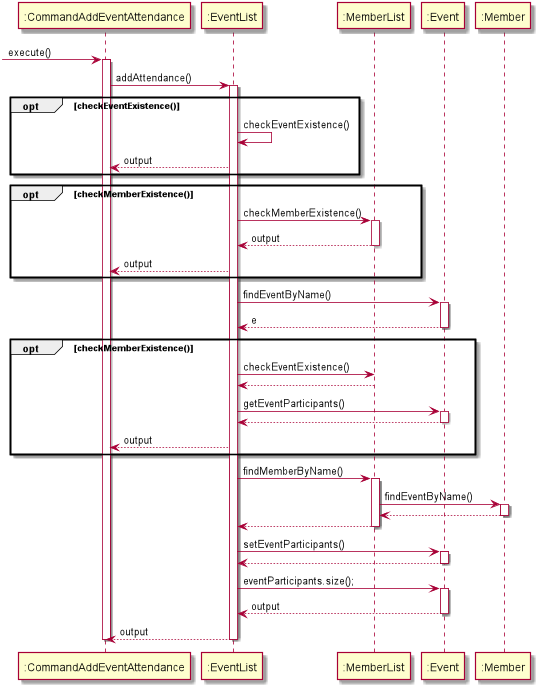
Before: docs/EventDiagram/SequenceDiagram/CommandAddEventAttendance.png, a diagram exported from PlantUML (nus-cs2113-AY2021S1/tp).
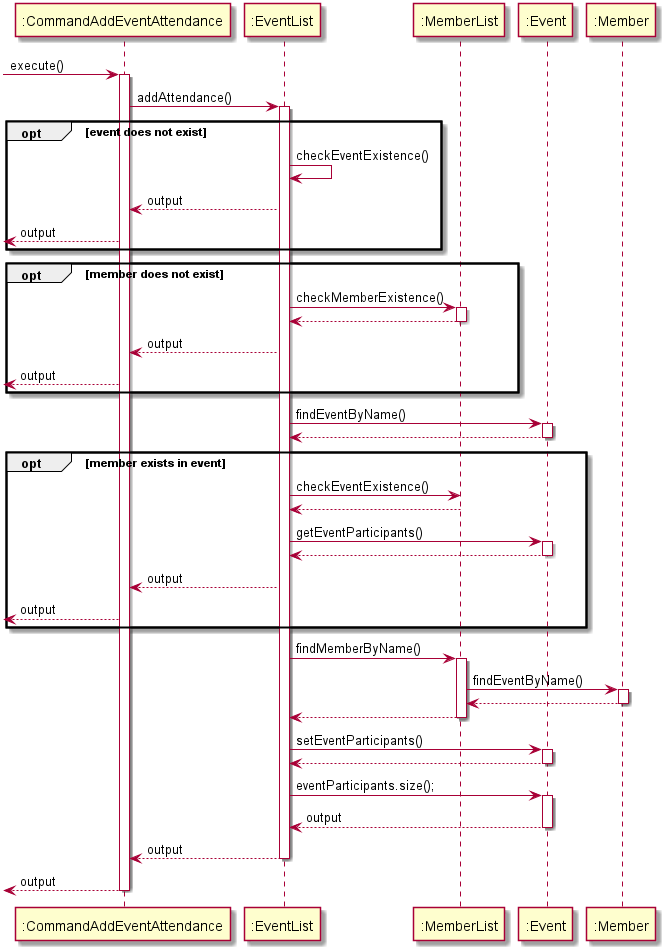
Later version of the same file.

Change to the diagram source:
```diff
@@ -4,30 +4,33 @@
 activate ":CommandAddEventAttendance"
 ":CommandAddEventAttendance" -> ":EventList" : addAttendance()
 activate ":EventList"
-opt checkEventExistence()
+opt event does not exist
 ":EventList" -> ":EventList" : checkEventExistence()
 ":EventList" --> ":CommandAddEventAttendance" : output
+<-- ":CommandAddEventAttendance" : output
 end
 
-opt checkMemberExistence()
+opt member does not exist
 ":EventList" -> ":MemberList" : checkMemberExistence()
 activate ":MemberList"
-return output
+return
 ":EventList" --> ":CommandAddEventAttendance" : output
+<-- ":CommandAddEventAttendance" : output
 end
 
 activate ":EventList"
 ":EventList" -> ":Event" : findEventByName()
 activate ":Event"
-return e
+return
 
-opt checkMemberExistence()
+opt member exists in event
 ":EventList" -> ":MemberList" : checkEventExistence()
 ":MemberList" --> ":EventList"
 ":EventList" -> ":Event" : getEventParticipants()
 activate ":Event"
 return
 ":EventList" --> ":CommandAddEventAttendance" : output
+<-- ":CommandAddEventAttendance" : output
 end
 
 activate ":MemberList"
@@ -48,5 +51,6 @@
 ":EventList" --> ":CommandAddEventAttendance" : output
 deactivate ":EventList"
 deactivate ":MemberList"
+<-- ":CommandAddEventAttendance" : output
 deactivate ":CommandAddEventAttendance"
 @enduml
```
